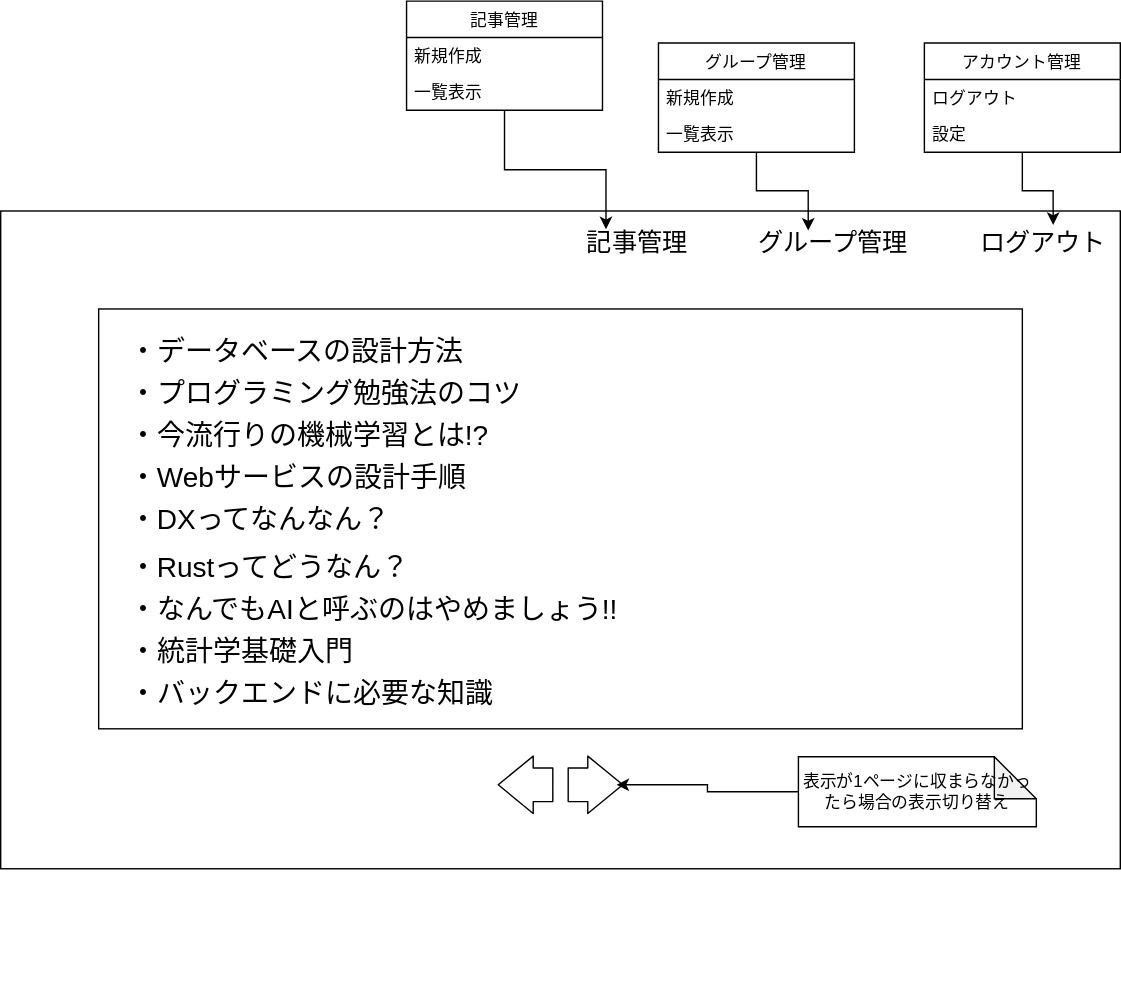
Above: design/image/disp_draft_list.drawio.svg in kuboshu/exmanager (draw.io), before the change. Source tidied: cells renumbered, new cells last; positions are measured from the earlier drawing's top-left corner, leaving out a move shared by most shapes.
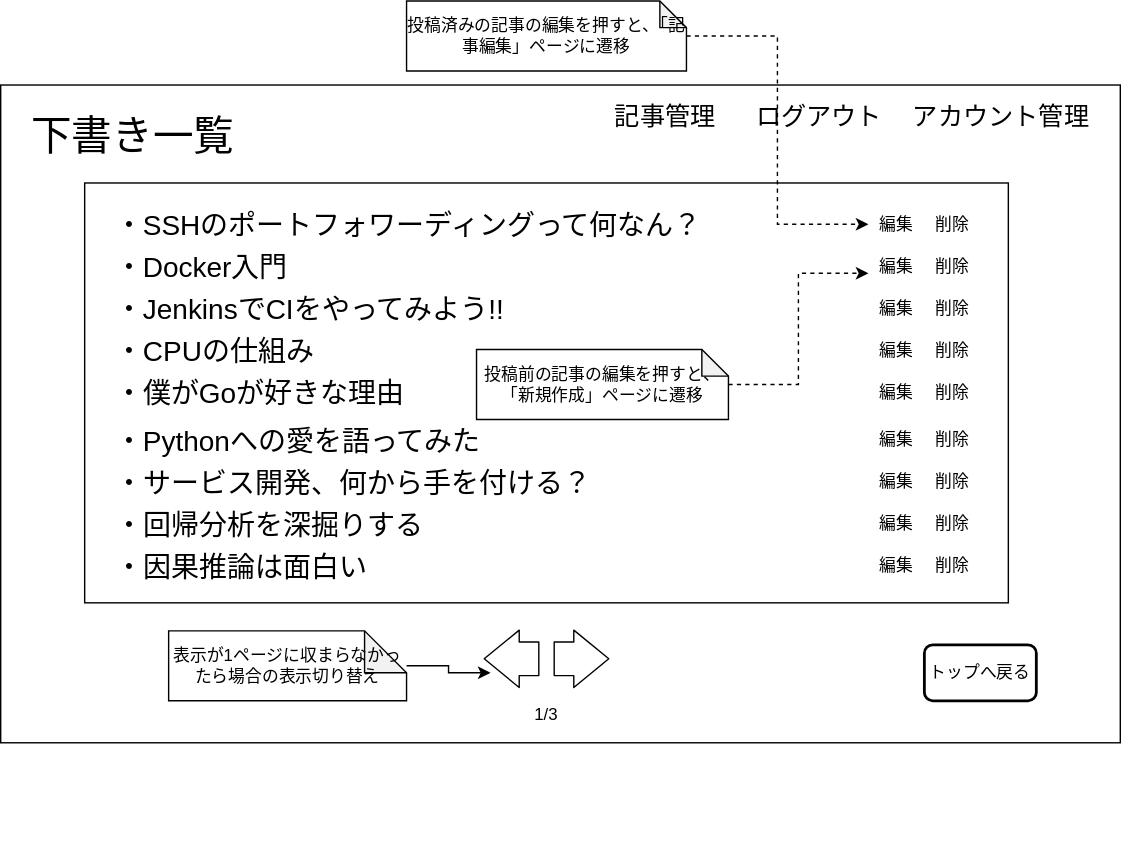
After the change.

Diff of the diagram source:
```diff
@@ -3,27 +3,24 @@
     <mxCell id="0" />
     <mxCell id="1" parent="0" />
     <mxCell id="2" style="rounded=0;whiteSpace=wrap;html=1;fillColor=none;fontColor=#000000;strokeColor=#000000;" parent="1" vertex="1">
-      <mxGeometry y="150" width="800" height="470" as="geometry" />
+      <mxGeometry x="10" y="150" width="800" height="470" as="geometry" />
     </mxCell>
     <mxCell id="3" style="rounded=0;whiteSpace=wrap;html=1;fillColor=none;fontColor=#000000;strokeColor=#000000;" parent="1" vertex="1">
       <mxGeometry x="70" y="220" width="660" height="300" as="geometry" />
     </mxCell>
-    <mxCell id="4" value="ログアウト" style="text;html=1;strokeColor=none;fillColor=none;align=center;verticalAlign=middle;whiteSpace=wrap;rounded=0;fontSize=18;fontColor=#000000;" parent="1" vertex="1">
-      <mxGeometry x="690" y="163" width="110" height="20" as="geometry" />
-    </mxCell>
-    <mxCell id="5" value="・データベースの設計方法" style="text;html=1;strokeColor=none;fillColor=none;align=left;verticalAlign=middle;whiteSpace=wrap;rounded=0;fontSize=20;fontColor=#000000;" parent="1" vertex="1">
-      <mxGeometry x="90" y="234.5" width="280" height="30" as="geometry" />
+    <mxCell id="5" value="・SSHのポートフォワーディングって何なん？" style="text;html=1;strokeColor=none;fillColor=none;align=left;verticalAlign=middle;whiteSpace=wrap;rounded=0;fontSize=20;fontColor=#000000;" parent="1" vertex="1">
+      <mxGeometry x="90" y="234.5" width="460" height="30" as="geometry" />
     </mxCell>
-    <mxCell id="6" value="・プログラミング勉強法のコツ" style="text;html=1;strokeColor=none;fillColor=none;align=left;verticalAlign=middle;whiteSpace=wrap;rounded=0;fontSize=20;fontColor=#000000;" parent="1" vertex="1">
+    <mxCell id="6" value="・Docker入門" style="text;html=1;strokeColor=none;fillColor=none;align=left;verticalAlign=middle;whiteSpace=wrap;rounded=0;fontSize=20;fontColor=#000000;" parent="1" vertex="1">
       <mxGeometry x="90" y="264.5" width="310" height="30" as="geometry" />
     </mxCell>
-    <mxCell id="7" value="・今流行りの機械学習とは!?" style="text;html=1;strokeColor=none;fillColor=none;align=left;verticalAlign=middle;whiteSpace=wrap;rounded=0;fontSize=20;fontColor=#000000;" parent="1" vertex="1">
-      <mxGeometry x="90" y="294.5" width="280" height="30" as="geometry" />
+    <mxCell id="7" value="・JenkinsでCIをやってみよう!!" style="text;html=1;strokeColor=none;fillColor=none;align=left;verticalAlign=middle;whiteSpace=wrap;rounded=0;fontSize=20;fontColor=#000000;" parent="1" vertex="1">
+      <mxGeometry x="90" y="294.5" width="310" height="30" as="geometry" />
     </mxCell>
-    <mxCell id="8" value="・Webサービスの設計手順" style="text;html=1;strokeColor=none;fillColor=none;align=left;verticalAlign=middle;whiteSpace=wrap;rounded=0;fontSize=20;fontColor=#000000;" parent="1" vertex="1">
+    <mxCell id="8" value="・CPUの仕組み" style="text;html=1;strokeColor=none;fillColor=none;align=left;verticalAlign=middle;whiteSpace=wrap;rounded=0;fontSize=20;fontColor=#000000;" parent="1" vertex="1">
       <mxGeometry x="90" y="324.5" width="280" height="30" as="geometry" />
     </mxCell>
-    <mxCell id="9" value="・DXってなんなん？" style="text;html=1;strokeColor=none;fillColor=none;align=left;verticalAlign=middle;whiteSpace=wrap;rounded=0;fontSize=20;fontColor=#000000;" parent="1" vertex="1">
+    <mxCell id="9" value="・僕がGoが好きな理由" style="text;html=1;strokeColor=none;fillColor=none;align=left;verticalAlign=middle;whiteSpace=wrap;rounded=0;fontSize=20;fontColor=#000000;" parent="1" vertex="1">
       <mxGeometry x="90" y="354.5" width="280" height="30" as="geometry" />
     </mxCell>
     <mxCell id="10" style="edgeStyle=orthogonalEdgeStyle;rounded=0;orthogonalLoop=1;jettySize=auto;html=1;exitX=0.5;exitY=1;exitDx=0;exitDy=0;fontColor=#000000;" parent="1" edge="1">
@@ -32,64 +29,22 @@
         <mxPoint x="370" y="404.5" as="targetPoint" />
       </mxGeometry>
     </mxCell>
-    <mxCell id="11" value="記事管理" style="text;html=1;strokeColor=none;fillColor=none;align=center;verticalAlign=middle;whiteSpace=wrap;rounded=0;fontSize=18;fontColor=#000000;" parent="1" vertex="1">
-      <mxGeometry x="410" y="163" width="90" height="20" as="geometry" />
-    </mxCell>
-    <mxCell id="12" value="グループ管理" style="text;html=1;strokeColor=none;fillColor=none;align=center;verticalAlign=middle;whiteSpace=wrap;rounded=0;fontSize=18;fontColor=#000000;" parent="1" vertex="1">
-      <mxGeometry x="520" y="163" width="150" height="20" as="geometry" />
-    </mxCell>
     <mxCell id="13" style="edgeStyle=orthogonalEdgeStyle;rounded=0;orthogonalLoop=1;jettySize=auto;html=1;exitX=0.5;exitY=1;exitDx=0;exitDy=0;fontColor=#000000;" parent="1" edge="1">
       <mxGeometry relative="1" as="geometry">
         <mxPoint x="395" y="694.5" as="sourcePoint" />
         <mxPoint x="395" y="694.5" as="targetPoint" />
       </mxGeometry>
     </mxCell>
-    <mxCell id="14" style="edgeStyle=orthogonalEdgeStyle;rounded=0;jettySize=auto;html=1;entryX=0.25;entryY=0;entryDx=0;entryDy=0;fontColor=#000000;strokeColor=#000000;" parent="1" edge="1" source="15" target="11">
-      <mxGeometry relative="1" as="geometry" />
-    </mxCell>
-    <mxCell id="15" value="記事管理" style="swimlane;fontStyle=0;horizontal=1;startSize=26;fillColor=#FFFFFF;fontColor=#000000;strokeColor=#000000;" parent="1" vertex="1">
-      <mxGeometry x="290" width="140" height="78" as="geometry" />
-    </mxCell>
-    <mxCell id="16" value="新規作成" style="text;strokeColor=none;fillColor=none;align=left;verticalAlign=top;spacingLeft=4;spacingRight=4;overflow=hidden;fontColor=#000000;" parent="15" vertex="1">
-      <mxGeometry y="26" width="140" height="26" as="geometry" />
-    </mxCell>
-    <mxCell id="17" value="一覧表示" style="text;strokeColor=none;fillColor=none;align=left;verticalAlign=top;spacingLeft=4;spacingRight=4;overflow=hidden;fontColor=#000000;" parent="15" vertex="1">
-      <mxGeometry y="52" width="140" height="26" as="geometry" />
-    </mxCell>
-    <mxCell id="18" style="edgeStyle=orthogonalEdgeStyle;rounded=0;jettySize=auto;html=1;entryX=0.38;entryY=0.05;entryDx=0;entryDy=0;entryPerimeter=0;fontColor=#000000;strokeColor=#000000;" parent="1" edge="1" source="19" target="12">
-      <mxGeometry relative="1" as="geometry" />
-    </mxCell>
-    <mxCell id="19" value="グループ管理" style="swimlane;fontStyle=0;horizontal=1;startSize=26;fillColor=#FFFFFF;fontColor=#000000;strokeColor=#000000;" parent="1" vertex="1">
-      <mxGeometry x="470" y="30" width="140" height="78" as="geometry" />
-    </mxCell>
-    <mxCell id="20" value="新規作成" style="text;strokeColor=none;fillColor=none;align=left;verticalAlign=top;spacingLeft=4;spacingRight=4;overflow=hidden;fontColor=#000000;" parent="19" vertex="1">
-      <mxGeometry y="26" width="140" height="26" as="geometry" />
-    </mxCell>
-    <mxCell id="21" value="一覧表示" style="text;strokeColor=none;fillColor=none;align=left;verticalAlign=top;spacingLeft=4;spacingRight=4;overflow=hidden;fontColor=#000000;" parent="19" vertex="1">
-      <mxGeometry y="52" width="140" height="26" as="geometry" />
-    </mxCell>
-    <mxCell id="22" style="edgeStyle=orthogonalEdgeStyle;rounded=0;jettySize=auto;html=1;entryX=0.564;entryY=-0.15;entryDx=0;entryDy=0;entryPerimeter=0;strokeColor=#000000;" parent="1" edge="1" source="23" target="4">
-      <mxGeometry relative="1" as="geometry" />
-    </mxCell>
-    <mxCell id="23" value="アカウント管理" style="swimlane;fontStyle=0;horizontal=1;startSize=26;fillColor=#FFFFFF;fontColor=#000000;strokeColor=#000000;" parent="1" vertex="1">
-      <mxGeometry x="660" y="30" width="140" height="78" as="geometry" />
-    </mxCell>
-    <mxCell id="24" value="ログアウト" style="text;strokeColor=none;fillColor=none;align=left;verticalAlign=top;spacingLeft=4;spacingRight=4;overflow=hidden;fontColor=#000000;" parent="23" vertex="1">
-      <mxGeometry y="26" width="140" height="26" as="geometry" />
-    </mxCell>
-    <mxCell id="25" value="設定" style="text;strokeColor=none;fillColor=none;align=left;verticalAlign=top;spacingLeft=4;spacingRight=4;overflow=hidden;fontColor=#000000;" parent="23" vertex="1">
-      <mxGeometry y="52" width="140" height="26" as="geometry" />
-    </mxCell>
-    <mxCell id="26" value="・Rustってどうなん？" style="text;html=1;strokeColor=none;fillColor=none;align=left;verticalAlign=middle;whiteSpace=wrap;rounded=0;fontSize=20;fontColor=#000000;" parent="1" vertex="1">
+    <mxCell id="26" value="・Pythonへの愛を語ってみた" style="text;html=1;strokeColor=none;fillColor=none;align=left;verticalAlign=middle;whiteSpace=wrap;rounded=0;fontSize=20;fontColor=#000000;" parent="1" vertex="1">
       <mxGeometry x="90" y="389" width="280" height="30" as="geometry" />
     </mxCell>
-    <mxCell id="27" value="・なんでもAIと呼ぶのはやめましょう!!" style="text;html=1;strokeColor=none;fillColor=none;align=left;verticalAlign=middle;whiteSpace=wrap;rounded=0;fontSize=20;fontColor=#000000;" parent="1" vertex="1">
+    <mxCell id="27" value="・サービス開発、何から手を付ける？" style="text;html=1;strokeColor=none;fillColor=none;align=left;verticalAlign=middle;whiteSpace=wrap;rounded=0;fontSize=20;fontColor=#000000;" parent="1" vertex="1">
       <mxGeometry x="90" y="419" width="450" height="30" as="geometry" />
     </mxCell>
-    <mxCell id="28" value="・統計学基礎入門" style="text;html=1;strokeColor=none;fillColor=none;align=left;verticalAlign=middle;whiteSpace=wrap;rounded=0;fontSize=20;fontColor=#000000;" parent="1" vertex="1">
+    <mxCell id="28" value="・回帰分析を深掘りする" style="text;html=1;strokeColor=none;fillColor=none;align=left;verticalAlign=middle;whiteSpace=wrap;rounded=0;fontSize=20;fontColor=#000000;" parent="1" vertex="1">
       <mxGeometry x="90" y="449" width="280" height="30" as="geometry" />
     </mxCell>
-    <mxCell id="29" value="・バックエンドに必要な知識" style="text;html=1;strokeColor=none;fillColor=none;align=left;verticalAlign=middle;whiteSpace=wrap;rounded=0;fontSize=20;fontColor=#000000;" parent="1" vertex="1">
+    <mxCell id="29" value="・因果推論は面白い" style="text;html=1;strokeColor=none;fillColor=none;align=left;verticalAlign=middle;whiteSpace=wrap;rounded=0;fontSize=20;fontColor=#000000;" parent="1" vertex="1">
       <mxGeometry x="90" y="479" width="280" height="30" as="geometry" />
     </mxCell>
     <mxCell id="30" style="edgeStyle=orthogonalEdgeStyle;rounded=0;orthogonalLoop=1;jettySize=auto;html=1;exitX=0.5;exitY=1;exitDx=0;exitDy=0;fontColor=#000000;" parent="1" edge="1">
@@ -112,11 +67,95 @@
     </mxCell>
     <mxCell id="33" style="edgeStyle=orthogonalEdgeStyle;rounded=0;jettySize=auto;html=1;fontColor=#000000;strokeColor=#000000;" parent="1" edge="1" source="34">
       <mxGeometry relative="1" as="geometry">
-        <mxPoint x="440" y="560" as="targetPoint" />
+        <mxPoint x="360" y="570" as="targetPoint" />
       </mxGeometry>
     </mxCell>
     <mxCell id="34" value="表示が1ページに収まらなかったら場合の表示切り替え" style="shape=note;whiteSpace=wrap;html=1;backgroundOutline=1;darkOpacity=0.05;labelBackgroundColor=none;fontColor=#000000;strokeColor=#000000;fillColor=none;" parent="1" vertex="1">
-      <mxGeometry x="570" y="540" width="170" height="50" as="geometry" />
+      <mxGeometry x="130" y="540" width="170" height="50" as="geometry" />
     </mxCell>
+    <mxCell id="35" value="編集" style="text;html=1;strokeColor=none;fillColor=none;align=center;verticalAlign=middle;whiteSpace=wrap;rounded=0;fontColor=#000000;" parent="1" vertex="1">
+      <mxGeometry x="630" y="239.5" width="40" height="20" as="geometry" />
+    </mxCell>
+    <mxCell id="36" value="削除" style="text;html=1;strokeColor=none;fillColor=none;align=center;verticalAlign=middle;whiteSpace=wrap;rounded=0;fontColor=#000000;" parent="1" vertex="1">
+      <mxGeometry x="670" y="239.5" width="40" height="20" as="geometry" />
+    </mxCell>
+    <mxCell id="37" value="編集" style="text;html=1;strokeColor=none;fillColor=none;align=center;verticalAlign=middle;whiteSpace=wrap;rounded=0;fontColor=#000000;" parent="1" vertex="1">
+      <mxGeometry x="630" y="269.5" width="40" height="20" as="geometry" />
+    </mxCell>
+    <mxCell id="38" value="削除" style="text;html=1;strokeColor=none;fillColor=none;align=center;verticalAlign=middle;whiteSpace=wrap;rounded=0;fontColor=#000000;" parent="1" vertex="1">
+      <mxGeometry x="670" y="269.5" width="40" height="20" as="geometry" />
+    </mxCell>
+    <mxCell id="39" value="編集" style="text;html=1;strokeColor=none;fillColor=none;align=center;verticalAlign=middle;whiteSpace=wrap;rounded=0;fontColor=#000000;" parent="1" vertex="1">
+      <mxGeometry x="630" y="299.5" width="40" height="20" as="geometry" />
+    </mxCell>
+    <mxCell id="40" value="削除" style="text;html=1;strokeColor=none;fillColor=none;align=center;verticalAlign=middle;whiteSpace=wrap;rounded=0;fontColor=#000000;" parent="1" vertex="1">
+      <mxGeometry x="670" y="299.5" width="40" height="20" as="geometry" />
+    </mxCell>
+    <mxCell id="41" value="編集" style="text;html=1;strokeColor=none;fillColor=none;align=center;verticalAlign=middle;whiteSpace=wrap;rounded=0;fontColor=#000000;" parent="1" vertex="1">
+      <mxGeometry x="630" y="329.5" width="40" height="20" as="geometry" />
+    </mxCell>
+    <mxCell id="42" value="削除" style="text;html=1;strokeColor=none;fillColor=none;align=center;verticalAlign=middle;whiteSpace=wrap;rounded=0;fontColor=#000000;" parent="1" vertex="1">
+      <mxGeometry x="670" y="329.5" width="40" height="20" as="geometry" />
+    </mxCell>
+    <mxCell id="43" value="編集" style="text;html=1;strokeColor=none;fillColor=none;align=center;verticalAlign=middle;whiteSpace=wrap;rounded=0;fontColor=#000000;" parent="1" vertex="1">
+      <mxGeometry x="630" y="360" width="40" height="20" as="geometry" />
+    </mxCell>
+    <mxCell id="44" value="削除" style="text;html=1;strokeColor=none;fillColor=none;align=center;verticalAlign=middle;whiteSpace=wrap;rounded=0;fontColor=#000000;" parent="1" vertex="1">
+      <mxGeometry x="670" y="360" width="40" height="20" as="geometry" />
+    </mxCell>
+    <mxCell id="45" value="編集" style="text;html=1;strokeColor=none;fillColor=none;align=center;verticalAlign=middle;whiteSpace=wrap;rounded=0;fontColor=#000000;" parent="1" vertex="1">
+      <mxGeometry x="630" y="394" width="40" height="20" as="geometry" />
+    </mxCell>
+    <mxCell id="46" value="削除" style="text;html=1;strokeColor=none;fillColor=none;align=center;verticalAlign=middle;whiteSpace=wrap;rounded=0;fontColor=#000000;" parent="1" vertex="1">
+      <mxGeometry x="670" y="394" width="40" height="20" as="geometry" />
+    </mxCell>
+    <mxCell id="47" value="編集" style="text;html=1;strokeColor=none;fillColor=none;align=center;verticalAlign=middle;whiteSpace=wrap;rounded=0;fontColor=#000000;" parent="1" vertex="1">
+      <mxGeometry x="630" y="424" width="40" height="20" as="geometry" />
+    </mxCell>
+    <mxCell id="48" value="削除" style="text;html=1;strokeColor=none;fillColor=none;align=center;verticalAlign=middle;whiteSpace=wrap;rounded=0;fontColor=#000000;" parent="1" vertex="1">
+      <mxGeometry x="670" y="424" width="40" height="20" as="geometry" />
+    </mxCell>
+    <mxCell id="49" value="編集" style="text;html=1;strokeColor=none;fillColor=none;align=center;verticalAlign=middle;whiteSpace=wrap;rounded=0;fontColor=#000000;" parent="1" vertex="1">
+      <mxGeometry x="630" y="454" width="40" height="20" as="geometry" />
+    </mxCell>
+    <mxCell id="50" value="削除" style="text;html=1;strokeColor=none;fillColor=none;align=center;verticalAlign=middle;whiteSpace=wrap;rounded=0;fontColor=#000000;" parent="1" vertex="1">
+      <mxGeometry x="670" y="454" width="40" height="20" as="geometry" />
+    </mxCell>
+    <mxCell id="51" value="編集" style="text;html=1;strokeColor=none;fillColor=none;align=center;verticalAlign=middle;whiteSpace=wrap;rounded=0;fontColor=#000000;" parent="1" vertex="1">
+      <mxGeometry x="630" y="484" width="40" height="20" as="geometry" />
+    </mxCell>
+    <mxCell id="52" value="削除" style="text;html=1;strokeColor=none;fillColor=none;align=center;verticalAlign=middle;whiteSpace=wrap;rounded=0;fontColor=#000000;" parent="1" vertex="1">
+      <mxGeometry x="670" y="484" width="40" height="20" as="geometry" />
+    </mxCell>
+    <mxCell id="53" value="1/3" style="text;html=1;strokeColor=none;fillColor=none;align=center;verticalAlign=middle;whiteSpace=wrap;rounded=0;fontColor=#000000;" parent="1" vertex="1">
+      <mxGeometry x="380" y="590" width="40" height="20" as="geometry" />
+    </mxCell>
+    <mxCell id="54" value="下書き一覧" style="text;html=1;strokeColor=none;fillColor=none;align=left;verticalAlign=middle;whiteSpace=wrap;rounded=0;fontSize=29;fontColor=#000000;" parent="1" vertex="1">
+      <mxGeometry x="30" y="163" width="170" height="47" as="geometry" />
+    </mxCell>
+    <mxCell id="55" value="トップへ戻る" style="rounded=1;whiteSpace=wrap;html=1;fontColor=#000000;labelBackgroundColor=none;fillColor=none;strokeColor=#000000;strokeWidth=2;" parent="1" vertex="1">
+      <mxGeometry x="670" y="550" width="80" height="40" as="geometry" />
+    </mxCell>
+    <mxCell id="4" value="ログアウト" style="text;html=1;strokeColor=none;fillColor=none;align=center;verticalAlign=middle;whiteSpace=wrap;rounded=0;fontSize=18;fontColor=#000000;" parent="1" vertex="1">
+      <mxGeometry x="540" y="163" width="110" height="20" as="geometry" />
+    </mxCell>
+    <mxCell id="23" value="アカウント管理" style="text;html=1;strokeColor=none;fillColor=none;align=center;verticalAlign=middle;whiteSpace=wrap;rounded=0;fontSize=18;fontColor=#000000;" parent="1" vertex="1">
+      <mxGeometry x="660" y="163" width="130" height="20" as="geometry" />
+    </mxCell>
+    <mxCell id="11" value="記事管理" style="text;html=1;strokeColor=none;fillColor=none;align=center;verticalAlign=middle;whiteSpace=wrap;rounded=0;fontSize=18;fontColor=#000000;" parent="1" vertex="1">
+      <mxGeometry x="430" y="163" width="110" height="20" as="geometry" />
+    </mxCell>
+    <mxCell id="56" style="edgeStyle=orthogonalEdgeStyle;rounded=0;jettySize=auto;html=1;entryX=0;entryY=0.5;entryDx=0;entryDy=0;strokeWidth=1;strokeColor=#000000;dashed=1;" parent="1" edge="1" source="57" target="35">
+      <mxGeometry relative="1" as="geometry" />
+    </mxCell>
+    <mxCell id="57" value="投稿済みの記事の編集を押すと、「記事編集」ページに遷移" style="shape=note;whiteSpace=wrap;html=1;backgroundOutline=1;darkOpacity=0.05;labelBackgroundColor=none;fontColor=#000000;strokeColor=#000000;fillColor=none;size=19;" parent="1" vertex="1">
+      <mxGeometry x="300" y="90" width="200" height="50" as="geometry" />
+    </mxCell>
+    <mxCell id="58" style="edgeStyle=orthogonalEdgeStyle;rounded=0;jettySize=auto;html=1;entryX=0;entryY=0.75;entryDx=0;entryDy=0;dashed=1;strokeColor=#000000;strokeWidth=1;" parent="1" edge="1" source="59" target="37">
+      <mxGeometry relative="1" as="geometry" />
+    </mxCell>
+    <mxCell id="59" value="投稿前の記事の編集を押すと、「新規作成」ページに遷移" style="shape=note;whiteSpace=wrap;html=1;backgroundOutline=1;darkOpacity=0.05;labelBackgroundColor=none;fontColor=#000000;strokeColor=#000000;fillColor=none;size=19;" parent="1" vertex="1">
+      <mxGeometry x="350" y="339" width="180" height="50" as="geometry" />
+    </mxCell>
   </root>
 </mxGraphModel>
```
